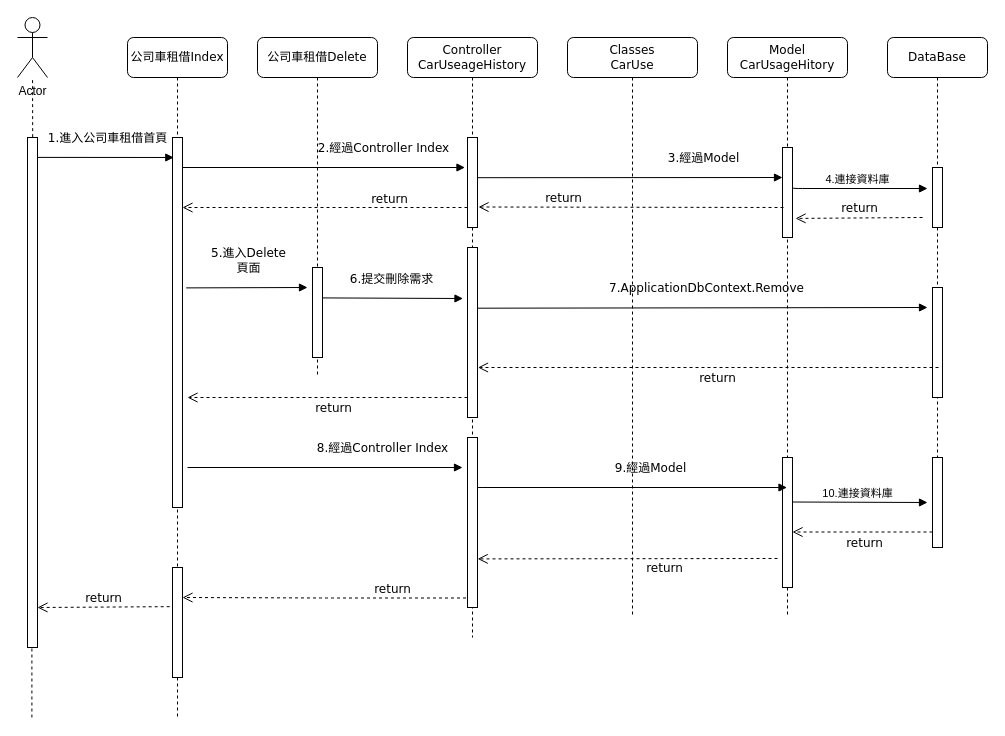
Above: images/公務車Delete.drawio in merosun/windows (draw.io), before the change. Source tidied: cells renumbered, new cells numbered last; positions are measured from the earlier drawing's top-left corner, leaving out a move shared by most shapes. Both pictures are drawn from the tidied source at 100%, with x=0, y=0 at pixel (17, 17).
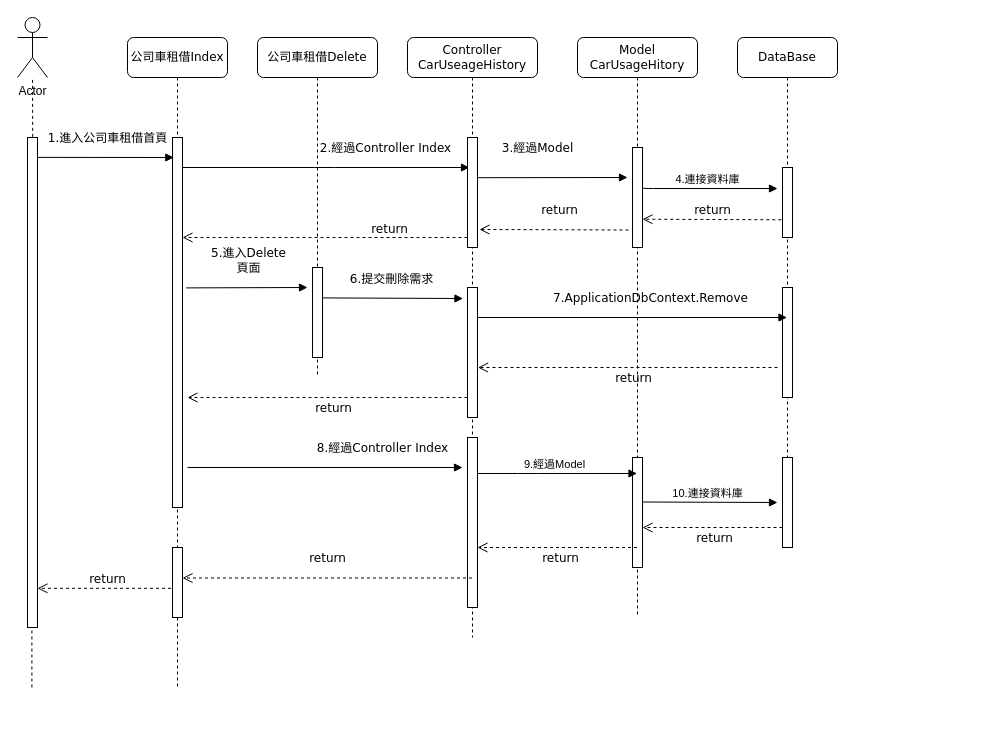
Above is the later version.

Commit message (it also covers changes not shown here):
更新公務車Delete.drawio

Unchanged cells that the change refers to:
```xml
<mxCell id="17" value="公司車租借Delete" style="shape=umlLifeline;perimeter=lifelinePerimeter;whiteSpace=wrap;html=1;rounded=1;shadow=0;comic=0;labelBackgroundColor=none;strokeWidth=1;fontFamily=Verdana;fontSize=12;align=center;" parent="1" vertex="1">
  <mxGeometry x="240" y="20" width="120" height="340" as="geometry" />
</mxCell>
<mxCell id="34" value="Controller&lt;br&gt;CarUseageHistory" style="shape=umlLifeline;perimeter=lifelinePerimeter;whiteSpace=wrap;html=1;outlineConnect=0;rounded=1;shadow=0;comic=0;labelBackgroundColor=none;strokeWidth=1;fontFamily=Verdana;fontSize=12;align=center;" parent="1" vertex="1">
  <mxGeometry x="390" y="20" width="130" height="600" as="geometry" />
</mxCell>
```

Diff of the diagram source:
```diff
@@
     <mxCell id="2" value="DataBase" style="shape=umlLifeline;perimeter=lifelinePerimeter;whiteSpace=wrap;html=1;rounded=1;shadow=0;comic=0;labelBackgroundColor=none;strokeWidth=1;fontFamily=Verdana;fontSize=12;align=center;" parent="1" vertex="1">
-      <mxGeometry x="870" y="20" width="100" height="510" as="geometry" />
+      <mxGeometry x="720" y="20" width="100" height="510" as="geometry" />
     </mxCell>
     <mxCell id="3" style="html=1;perimeter=orthogonalPerimeter;rounded=0;shadow=0;comic=0;labelBackgroundColor=none;strokeColor=#000000;strokeWidth=1;fillColor=#FFFFFF;fontFamily=Verdana;fontSize=12;fontColor=#000000;align=center;" parent="2" vertex="1">
-      <mxGeometry x="45" y="130" width="10" height="60" as="geometry" />
+      <mxGeometry x="45" y="130" width="10" height="70" as="geometry" />
     </mxCell>
-    <mxCell id="4" value="return" style="html=1;verticalAlign=bottom;endArrow=open;dashed=1;endSize=8;labelBackgroundColor=none;fontFamily=Verdana;fontSize=12;entryX=1.303;entryY=0.788;entryDx=0;entryDy=0;entryPerimeter=0;" parent="2" edge="1" target="14">
-      <mxGeometry relative="1" as="geometry">
-        <mxPoint x="35" y="180" as="sourcePoint" />
-      </mxGeometry>
-    </mxCell>
@@
     <mxCell id="11" value="Model&lt;br&gt;CarUsageHitory" style="shape=umlLifeline;perimeter=lifelinePerimeter;whiteSpace=wrap;html=1;outlineConnect=0;rounded=1;shadow=0;comic=0;labelBackgroundColor=none;strokeWidth=1;fontFamily=Verdana;fontSize=12;align=center;" parent="1" vertex="1">
-      <mxGeometry x="710" y="20" width="120" height="580" as="geometry" />
+      <mxGeometry x="560" y="20" width="120" height="580" as="geometry" />
     </mxCell>
@@
     <mxCell id="14" style="html=1;points=[];perimeter=orthogonalPerimeter;rounded=0;shadow=0;comic=0;labelBackgroundColor=none;strokeWidth=1;fontFamily=Verdana;fontSize=12;align=center;" parent="11" vertex="1">
-      <mxGeometry x="55" y="110" width="10" height="90" as="geometry" />
+      <mxGeometry x="55" y="110" width="10" height="100" as="geometry" />
     </mxCell>
+    <mxCell id="25" value="return" style="html=1;verticalAlign=bottom;endArrow=open;dashed=1;endSize=8;labelBackgroundColor=none;fontFamily=Verdana;fontSize=12;" parent="11" edge="1">
+      <mxGeometry x="-0.07" y="-10" relative="1" as="geometry">
+        <mxPoint x="51" y="192.5" as="sourcePoint" />
+        <mxPoint x="-98" y="192" as="targetPoint" />
+      </mxGeometry>
+    </mxCell>
+    <mxCell id="42" value="7.ApplicationDbContext.Remove" style="html=1;verticalAlign=bottom;endArrow=block;labelBackgroundColor=none;fontFamily=Verdana;fontSize=12;edgeStyle=elbowEdgeStyle;elbow=vertical;" parent="11" edge="1">
+      <mxGeometry x="0.48" y="10" relative="1" as="geometry">
+        <mxPoint x="105" y="280" as="sourcePoint" />
+        <mxPoint x="209.5" y="280" as="targetPoint" />
+        <Array as="points">
+          <mxPoint x="-105" y="280" />
+          <mxPoint x="-95" y="350" />
+        </Array>
+      </mxGeometry>
+    </mxCell>
+    <mxCell id="39" value="return" style="html=1;verticalAlign=bottom;endArrow=open;dashed=1;endSize=8;labelBackgroundColor=none;fontFamily=Verdana;fontSize=12;" parent="11" edge="1">
+      <mxGeometry x="-0.03" y="20" relative="1" as="geometry">
+        <mxPoint x="205" y="490" as="sourcePoint" />
+        <mxPoint x="65" y="490" as="targetPoint" />
+      </mxGeometry>
+    </mxCell>
     <mxCell id="15" style="html=1;perimeter=orthogonalPerimeter;rounded=0;shadow=0;comic=0;labelBackgroundColor=none;strokeWidth=1;fontFamily=Verdana;fontSize=12;align=center;" parent="11" vertex="1">
-      <mxGeometry x="55" y="420" width="10" height="130" as="geometry" />
+      <mxGeometry x="55" y="420" width="10" height="110" as="geometry" />
     </mxCell>
@@
-    <mxCell id="19" value="return" style="html=1;verticalAlign=bottom;endArrow=open;dashed=1;endSize=8;labelBackgroundColor=none;fontFamily=Verdana;fontSize=12;" parent="17" edge="1" source="34">
-      <mxGeometry x="-0.45" relative="1" as="geometry">
-        <mxPoint x="-75" y="560" as="targetPoint" />
-        <Array as="points">
-          <mxPoint x="70" y="560.5" />
-        </Array>
-      </mxGeometry>
-    </mxCell>
@@
-    <mxCell id="22" value="Classes&lt;br&gt;CarUse" style="shape=umlLifeline;perimeter=lifelinePerimeter;whiteSpace=wrap;html=1;rounded=1;shadow=0;comic=0;labelBackgroundColor=none;strokeWidth=1;fontFamily=Verdana;fontSize=12;align=center;" parent="1" vertex="1">
-      <mxGeometry x="550" y="20" width="130" height="580" as="geometry" />
-    </mxCell>
-    <mxCell id="23" value="7.ApplicationDbContext.Remove" style="html=1;verticalAlign=bottom;endArrow=block;labelBackgroundColor=none;fontFamily=Verdana;fontSize=12;edgeStyle=elbowEdgeStyle;elbow=vertical;exitX=1.32;exitY=0.127;exitDx=0;exitDy=0;exitPerimeter=0;" parent="22" edge="1">
-      <mxGeometry x="0.02" y="10" relative="1" as="geometry">
-        <mxPoint x="-90" y="270.7" as="sourcePoint" />
-        <mxPoint x="360" y="270" as="targetPoint" />
-        <Array as="points">
-          <mxPoint x="-75" y="270" />
-        </Array>
-      </mxGeometry>
-    </mxCell>
-    <mxCell id="24" value="return" style="html=1;verticalAlign=bottom;endArrow=open;dashed=1;endSize=8;labelBackgroundColor=none;fontFamily=Verdana;fontSize=12;entryX=1;entryY=0.738;entryDx=0;entryDy=0;entryPerimeter=0;" parent="22" edge="1">
-      <mxGeometry x="-0.24" y="19" relative="1" as="geometry">
-        <mxPoint x="210" y="521" as="sourcePoint" />
-        <mxPoint x="-89.8" y="521.4" as="targetPoint" />
-        <mxPoint x="1" as="offset" />
-      </mxGeometry>
-    </mxCell>
-    <mxCell id="25" value="return" style="html=1;verticalAlign=bottom;endArrow=open;dashed=1;endSize=8;labelBackgroundColor=none;fontFamily=Verdana;fontSize=12;" parent="1" edge="1">
-      <mxGeometry x="0.44" relative="1" as="geometry">
-        <mxPoint x="766" y="190" as="sourcePoint" />
-        <mxPoint x="461" y="189.5" as="targetPoint" />
-      </mxGeometry>
-    </mxCell>
     <mxCell id="26" value="return" style="html=1;verticalAlign=bottom;endArrow=open;dashed=1;endSize=8;labelBackgroundColor=none;fontFamily=Verdana;fontSize=12;" parent="1" edge="1">
       <mxGeometry x="-0.04" y="20" relative="1" as="geometry">
-        <mxPoint x="921" y="350" as="sourcePoint" />
+        <mxPoint x="760" y="350" as="sourcePoint" />
         <mxPoint x="460.5" y="350" as="targetPoint" />
       </mxGeometry>
     </mxCell>
     <mxCell id="27" value="公司車租借Index" style="shape=umlLifeline;perimeter=lifelinePerimeter;whiteSpace=wrap;html=1;outlineConnect=0;rounded=1;shadow=0;comic=0;labelBackgroundColor=none;strokeWidth=1;fontFamily=Verdana;fontSize=12;align=center;" parent="1" vertex="1">
-      <mxGeometry x="110" y="20" width="100" height="680" as="geometry" />
+      <mxGeometry x="110" y="20" width="100" height="650" as="geometry" />
     </mxCell>
-    <mxCell id="28" value="2.經過Controller Index" style="html=1;verticalAlign=bottom;endArrow=block;labelBackgroundColor=none;fontFamily=Verdana;fontSize=12;edgeStyle=elbowEdgeStyle;elbow=vertical;entryX=-0.253;entryY=0.333;entryDx=0;entryDy=0;entryPerimeter=0;" parent="27" edge="1" target="36">
+    <mxCell id="28" value="2.經過Controller Index" style="html=1;verticalAlign=bottom;endArrow=block;labelBackgroundColor=none;fontFamily=Verdana;fontSize=12;edgeStyle=elbowEdgeStyle;elbow=vertical;" parent="27" edge="1">
       <mxGeometry x="0.42" y="10" relative="1" as="geometry">
-        <mxPoint x="55" y="130" as="sourcePoint" />
+        <mxPoint x="52" y="130" as="sourcePoint" />
+        <mxPoint x="342" y="130" as="targetPoint" />
       </mxGeometry>
     </mxCell>
-    <mxCell id="29" value="return" style="html=1;verticalAlign=bottom;endArrow=open;dashed=1;endSize=8;labelBackgroundColor=none;fontFamily=Verdana;fontSize=12;" parent="27" edge="1">
-      <mxGeometry x="-0.45" y="1" relative="1" as="geometry">
-        <mxPoint x="340" y="170" as="sourcePoint" />
-        <mxPoint x="55" y="170" as="targetPoint" />
-      </mxGeometry>
-    </mxCell>
@@
     <mxCell id="32" style="endArrow=none;dashed=1;html=1;rounded=0;exitX=0.52;exitY=0.011;exitDx=0;exitDy=0;exitPerimeter=0;" parent="1" edge="1">
       <mxGeometry relative="1" as="geometry">
-        <mxPoint x="14.4" y="700" as="sourcePoint" />
-        <mxPoint x="14.4" y="630" as="targetPoint" />
+        <mxPoint x="14.4" y="670" as="sourcePoint" />
+        <mxPoint x="14.4" y="600" as="targetPoint" />
       </mxGeometry>
     </mxCell>
     <mxCell id="33" style="html=1;points=[];perimeter=orthogonalPerimeter;rounded=0;shadow=0;comic=0;labelBackgroundColor=none;strokeWidth=1;fontFamily=Verdana;fontSize=12;align=center;" parent="1" vertex="1">
-      <mxGeometry x="10" y="120" width="10" height="510" as="geometry" />
+      <mxGeometry x="10" y="120" width="10" height="490" as="geometry" />
     </mxCell>
@@
     <mxCell id="35" value="3.經過Model" style="html=1;verticalAlign=bottom;endArrow=block;labelBackgroundColor=none;fontFamily=Verdana;fontSize=12;edgeStyle=elbowEdgeStyle;elbow=vertical;exitX=1.121;exitY=0.358;exitDx=0;exitDy=0;exitPerimeter=0;" parent="34" edge="1">
-      <mxGeometry x="0.48" y="10" relative="1" as="geometry">
+      <mxGeometry x="-0.2" y="20" relative="1" as="geometry">
         <mxPoint x="70" y="140.2" as="sourcePoint" />
-        <mxPoint x="375" y="140" as="targetPoint" />
+        <mxPoint x="220" y="140" as="targetPoint" />
       </mxGeometry>
     </mxCell>
     <mxCell id="36" style="html=1;points=[];perimeter=orthogonalPerimeter;rounded=0;shadow=0;comic=0;labelBackgroundColor=none;strokeWidth=1;fontFamily=Verdana;fontSize=12;align=center;" parent="34" vertex="1">
-      <mxGeometry x="60" y="100" width="10" height="90" as="geometry" />
+      <mxGeometry x="60" y="100" width="10" height="110" as="geometry" />
     </mxCell>
     <mxCell id="37" style="html=1;perimeter=orthogonalPerimeter;rounded=0;shadow=0;comic=0;labelBackgroundColor=none;strokeWidth=1;fontFamily=Verdana;fontSize=12;align=center;" parent="34" vertex="1">
-      <mxGeometry x="60" y="210" width="10" height="170" as="geometry" />
+      <mxGeometry x="60" y="250" width="10" height="130" as="geometry" />
     </mxCell>
+    <mxCell id="29" value="return" style="html=1;verticalAlign=bottom;endArrow=open;dashed=1;endSize=8;labelBackgroundColor=none;fontFamily=Verdana;fontSize=12;" parent="34" edge="1">
+      <mxGeometry x="-0.45" y="1" relative="1" as="geometry">
+        <mxPoint x="60" y="200" as="sourcePoint" />
+        <mxPoint x="-225" y="200" as="targetPoint" />
+      </mxGeometry>
+    </mxCell>
+    <mxCell id="44" style="html=1;verticalAlign=bottom;endArrow=block;labelBackgroundColor=none;fontFamily=Verdana;fontSize=12;edgeStyle=elbowEdgeStyle;elbow=vertical;" parent="34" edge="1" target="11">
+      <mxGeometry relative="1" as="geometry">
+        <mxPoint x="70" y="436" as="sourcePoint" />
+      </mxGeometry>
+    </mxCell>
+    <mxCell id="45" value="9.經過Model" style="edgeLabel;html=1;align=center;verticalAlign=middle;" parent="44" vertex="1">
+      <mxGeometry x="-0.05" y="2" relative="1" as="geometry">
+        <mxPoint y="-8" as="offset" />
+      </mxGeometry>
+    </mxCell>
+    <mxCell id="24" value="return" style="html=1;verticalAlign=bottom;endArrow=open;dashed=1;endSize=8;labelBackgroundColor=none;fontFamily=Verdana;fontSize=12;" parent="34" edge="1" source="11">
+      <mxGeometry x="-0.04" y="20" relative="1" as="geometry">
+        <mxPoint x="70" y="510" as="targetPoint" />
+      </mxGeometry>
+    </mxCell>
@@
-    <mxCell id="39" value="return" style="html=1;verticalAlign=bottom;endArrow=open;dashed=1;endSize=8;labelBackgroundColor=none;fontFamily=Verdana;fontSize=12;" parent="1" edge="1">
-      <mxGeometry x="-0.03" y="20" relative="1" as="geometry">
-        <mxPoint x="915" y="514.5" as="sourcePoint" />
-        <mxPoint x="775" y="514.5" as="targetPoint" />
-      </mxGeometry>
-    </mxCell>
-    <mxCell id="40" value="return" style="html=1;verticalAlign=bottom;endArrow=open;dashed=1;endSize=8;labelBackgroundColor=none;fontFamily=Verdana;fontSize=12;exitX=-0.282;exitY=0.356;exitDx=0;exitDy=0;exitPerimeter=0;" parent="1" edge="1" source="43">
+    <mxCell id="40" value="return" style="html=1;verticalAlign=bottom;endArrow=open;dashed=1;endSize=8;labelBackgroundColor=none;fontFamily=Verdana;fontSize=12;" parent="1" edge="1" source="27">
       <mxGeometry relative="1" as="geometry">
-        <mxPoint x="20" y="590" as="targetPoint" />
+        <mxPoint x="20" y="570.8" as="targetPoint" />
       </mxGeometry>
     </mxCell>
@@
-    <mxCell id="42" value="9.經過Model" style="html=1;verticalAlign=bottom;endArrow=block;labelBackgroundColor=none;fontFamily=Verdana;fontSize=12;edgeStyle=elbowEdgeStyle;elbow=vertical;" parent="1" edge="1">
-      <mxGeometry x="0.48" y="10" relative="1" as="geometry">
-        <mxPoint x="665" y="470" as="sourcePoint" />
-        <mxPoint x="769.5" y="470" as="targetPoint" />
-        <Array as="points">
-          <mxPoint x="455" y="470" />
-          <mxPoint x="465" y="540" />
-        </Array>
-      </mxGeometry>
-    </mxCell>
+    <mxCell id="4" value="return" style="html=1;verticalAlign=bottom;endArrow=open;dashed=1;endSize=8;labelBackgroundColor=none;fontFamily=Verdana;fontSize=12;entryX=1.303;entryY=0.788;entryDx=0;entryDy=0;entryPerimeter=0;exitX=0.176;exitY=0.841;exitDx=0;exitDy=0;exitPerimeter=0;" parent="1" edge="1">
+      <mxGeometry relative="1" as="geometry">
+        <mxPoint x="763.8" y="202.3" as="sourcePoint" />
+        <mxPoint x="625" y="201.7" as="targetPoint" />
+      </mxGeometry>
+    </mxCell>
+    <mxCell id="19" value="return" style="html=1;verticalAlign=bottom;endArrow=open;dashed=1;endSize=8;labelBackgroundColor=none;fontFamily=Verdana;fontSize=12;" parent="1" edge="1" source="43">
+      <mxGeometry y="145" relative="1" as="geometry">
+        <mxPoint x="165" y="560" as="targetPoint" />
+        <mxPoint x="145" y="-10" as="offset" />
+      </mxGeometry>
+    </mxCell>
+    <mxCell id="46" style="html=1;verticalAlign=bottom;endArrow=open;dashed=1;endSize=8;labelBackgroundColor=none;fontFamily=Verdana;fontSize=12;" parent="1" edge="1" target="43">
+      <mxGeometry y="-20" relative="1" as="geometry">
+        <mxPoint x="454.5" y="560.5" as="sourcePoint" />
+        <Array as="points">
+          <mxPoint x="310" y="560.5" />
+        </Array>
+      </mxGeometry>
+    </mxCell>
     <mxCell id="43" style="html=1;points=[];perimeter=orthogonalPerimeter;rounded=0;shadow=0;comic=0;labelBackgroundColor=none;strokeWidth=1;fontFamily=Verdana;fontSize=12;align=center;" parent="1" vertex="1">
-      <mxGeometry x="155" y="550" width="10" height="110" as="geometry" />
+      <mxGeometry x="155" y="530" width="10" height="70" as="geometry" />
     </mxCell>
```
